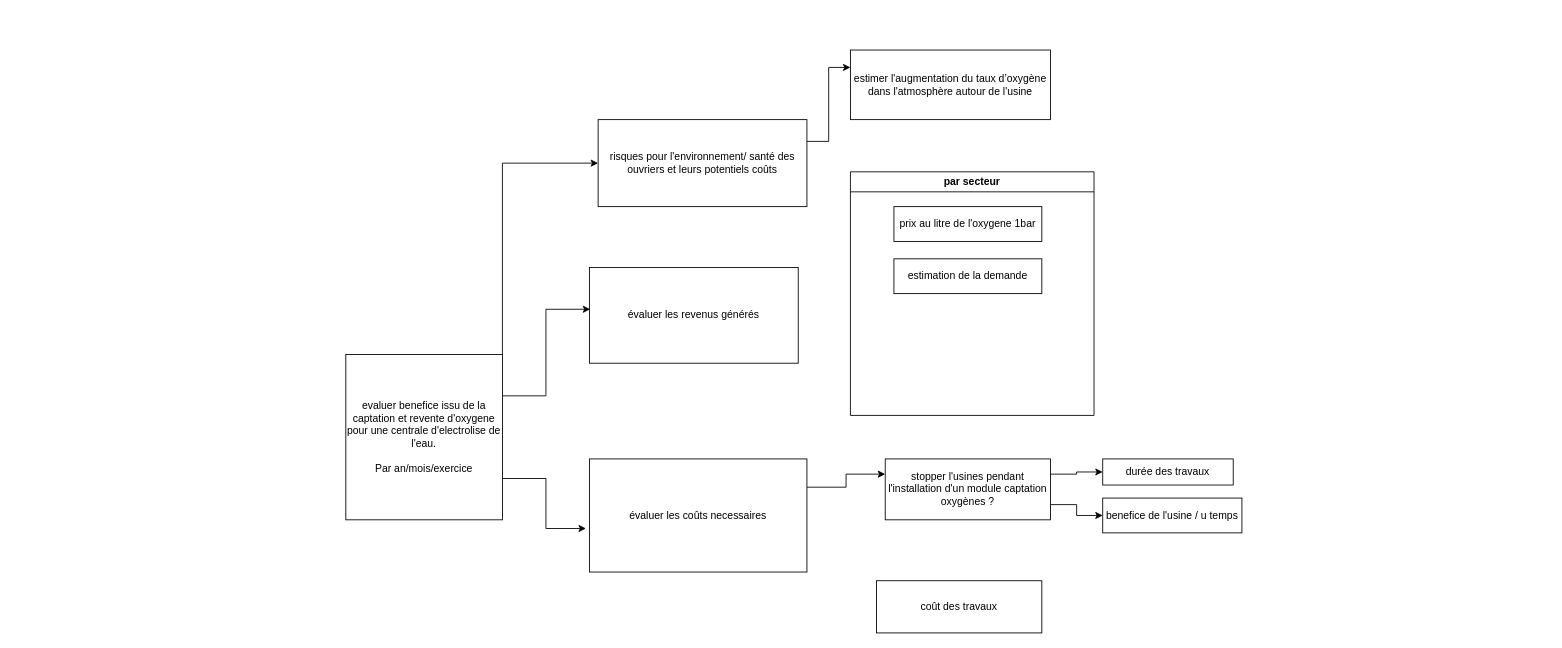
Above: Diagramme sans nom.drawio in clement6494/ppe (draw.io), before the change. Source tidied: cells renumbered, new cells numbered last; positions are measured from the earlier drawing's top-left corner, leaving out a move shared by most shapes. Both pictures are drawn from the tidied source at 87%, with x=0, y=0 at pixel (345, 50).
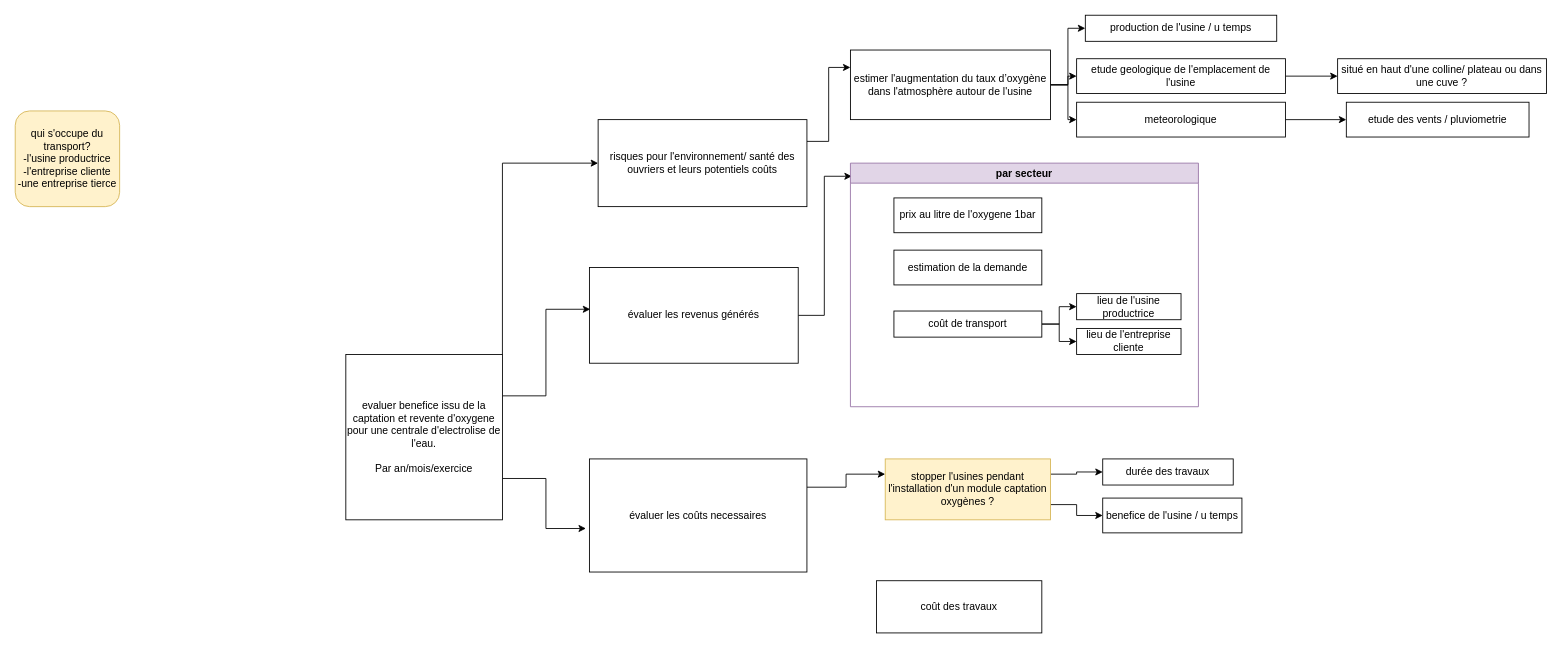
Above is the later version.

Commit message:
Mettre à jour Diagramme sans nom.drawio

The change refers to these unchanged cells:
```xml
<mxCell id="6" value="évaluer les revenus générés" style="rounded=0;whiteSpace=wrap;html=1;" parent="1" vertex="1">
  <mxGeometry x="280" y="250" width="240" height="110" as="geometry" />
</mxCell>
<mxCell id="14" value="estimer l'augmentation du taux d’oxygène dans l'atmosphère autour de l'usine" style="rounded=0;whiteSpace=wrap;html=1;" parent="1" vertex="1">
  <mxGeometry x="580" width="230" height="80" as="geometry" />
</mxCell>
```

Diff of the diagram source:
```diff
@@
+    <mxCell id="21" style="edgeStyle=orthogonalEdgeStyle;rounded=0;jettySize=auto;html=1;exitX=1;exitY=0.5;exitDx=0;exitDy=0;entryX=0.004;entryY=0.054;entryDx=0;entryDy=0;entryPerimeter=0;" parent="1" edge="1" source="6" target="15">
+      <mxGeometry relative="1" as="geometry" />
+    </mxCell>
@@
-    <mxCell id="11" value="stopper l'usines pendant l'installation d'un module captation oxygènes ?" style="rounded=0;whiteSpace=wrap;html=1;" parent="1" vertex="1">
+    <mxCell id="11" value="stopper l'usines pendant l'installation d'un module captation oxygènes ?" style="rounded=0;whiteSpace=wrap;html=1;fillColor=#fff2cc;strokeColor=#d6b656;" parent="1" vertex="1">
       <mxGeometry x="620" y="470" width="190" height="70" as="geometry" />
     </mxCell>
@@
+    <mxCell id="22" style="edgeStyle=orthogonalEdgeStyle;rounded=0;jettySize=auto;html=1;entryX=0;entryY=0.5;entryDx=0;entryDy=0;" parent="1" edge="1" source="14" target="35">
+      <mxGeometry relative="1" as="geometry" />
+    </mxCell>
+    <mxCell id="23" style="edgeStyle=orthogonalEdgeStyle;rounded=0;jettySize=auto;html=1;entryX=0;entryY=0.5;entryDx=0;entryDy=0;" parent="1" edge="1" source="14" target="33">
+      <mxGeometry relative="1" as="geometry" />
+    </mxCell>
+    <mxCell id="24" style="edgeStyle=orthogonalEdgeStyle;rounded=0;jettySize=auto;html=1;entryX=0;entryY=0.5;entryDx=0;entryDy=0;" parent="1" edge="1" source="14" target="31">
+      <mxGeometry relative="1" as="geometry" />
+    </mxCell>
@@
-    <mxCell id="15" value="par secteur" style="swimlane;whiteSpace=wrap;html=1;" parent="1" vertex="1">
-      <mxGeometry x="580" y="140" width="280" height="280" as="geometry" />
+    <mxCell id="15" value="par secteur" style="swimlane;whiteSpace=wrap;html=1;fillColor=#e1d5e7;strokeColor=#9673a6;" parent="1" vertex="1">
+      <mxGeometry x="580" y="130" width="400" height="280" as="geometry" />
     </mxCell>
@@
+    <mxCell id="25" style="edgeStyle=orthogonalEdgeStyle;rounded=0;jettySize=auto;html=1;entryX=0;entryY=0.5;entryDx=0;entryDy=0;" parent="15" edge="1" source="27" target="28">
+      <mxGeometry relative="1" as="geometry" />
+    </mxCell>
+    <mxCell id="26" style="edgeStyle=orthogonalEdgeStyle;rounded=0;jettySize=auto;html=1;" parent="15" edge="1" source="27" target="29">
+      <mxGeometry relative="1" as="geometry" />
+    </mxCell>
+    <mxCell id="27" value="&lt;div&gt;coût de transport&lt;br&gt;&lt;/div&gt;" style="rounded=0;whiteSpace=wrap;html=1;" parent="15" vertex="1">
+      <mxGeometry x="50" y="170" width="170" height="30" as="geometry" />
+    </mxCell>
+    <mxCell id="28" value="lieu de l'usine productrice" style="rounded=0;whiteSpace=wrap;html=1;" parent="15" vertex="1">
+      <mxGeometry x="260" y="150" width="120" height="30" as="geometry" />
+    </mxCell>
+    <mxCell id="29" value="lieu de l'entreprise cliente" style="rounded=0;whiteSpace=wrap;html=1;" parent="15" vertex="1">
+      <mxGeometry x="260" y="190" width="120" height="30" as="geometry" />
+    </mxCell>
@@
+    <mxCell id="30" value="&lt;div&gt;qui s'occupe du transport?&lt;/div&gt;&lt;div&gt;-l'usine productrice&lt;/div&gt;&lt;div&gt;-l'entreprise cliente&lt;/div&gt;&lt;div&gt;-une entreprise tierce&lt;br&gt;&lt;/div&gt;" style="rounded=1;whiteSpace=wrap;html=1;fillColor=#fff2cc;strokeColor=#d6b656;" parent="1" vertex="1">
+      <mxGeometry x="-380" y="70" width="120" height="110" as="geometry" />
+    </mxCell>
+    <mxCell id="31" value="production de l'usine / u temps" style="rounded=0;whiteSpace=wrap;html=1;" parent="1" vertex="1">
+      <mxGeometry x="850" y="-40" width="220" height="30" as="geometry" />
+    </mxCell>
+    <mxCell id="32" style="edgeStyle=orthogonalEdgeStyle;rounded=0;jettySize=auto;html=1;entryX=0;entryY=0.5;entryDx=0;entryDy=0;" parent="1" edge="1" source="33" target="37">
+      <mxGeometry relative="1" as="geometry" />
+    </mxCell>
+    <mxCell id="33" value="etude geologique de l'emplacement de l'usine" style="rounded=0;whiteSpace=wrap;html=1;" parent="1" vertex="1">
+      <mxGeometry x="840" y="10" width="240" height="40" as="geometry" />
+    </mxCell>
+    <mxCell id="34" style="edgeStyle=orthogonalEdgeStyle;rounded=0;jettySize=auto;html=1;entryX=0;entryY=0.5;entryDx=0;entryDy=0;" parent="1" edge="1" source="35" target="36">
+      <mxGeometry relative="1" as="geometry" />
+    </mxCell>
+    <mxCell id="35" value="meteorologique" style="whiteSpace=wrap;html=1;" parent="1" vertex="1">
+      <mxGeometry x="840" y="60" width="240" height="40" as="geometry" />
+    </mxCell>
+    <mxCell id="36" value="etude des vents / pluviometrie" style="rounded=0;whiteSpace=wrap;html=1;" parent="1" vertex="1">
+      <mxGeometry x="1150" y="60" width="210" height="40" as="geometry" />
+    </mxCell>
+    <mxCell id="37" value="situé en haut d'une colline/ plateau ou dans une cuve ?" style="rounded=0;whiteSpace=wrap;html=1;" parent="1" vertex="1">
+      <mxGeometry x="1140" y="10" width="240" height="40" as="geometry" />
+    </mxCell>
```
